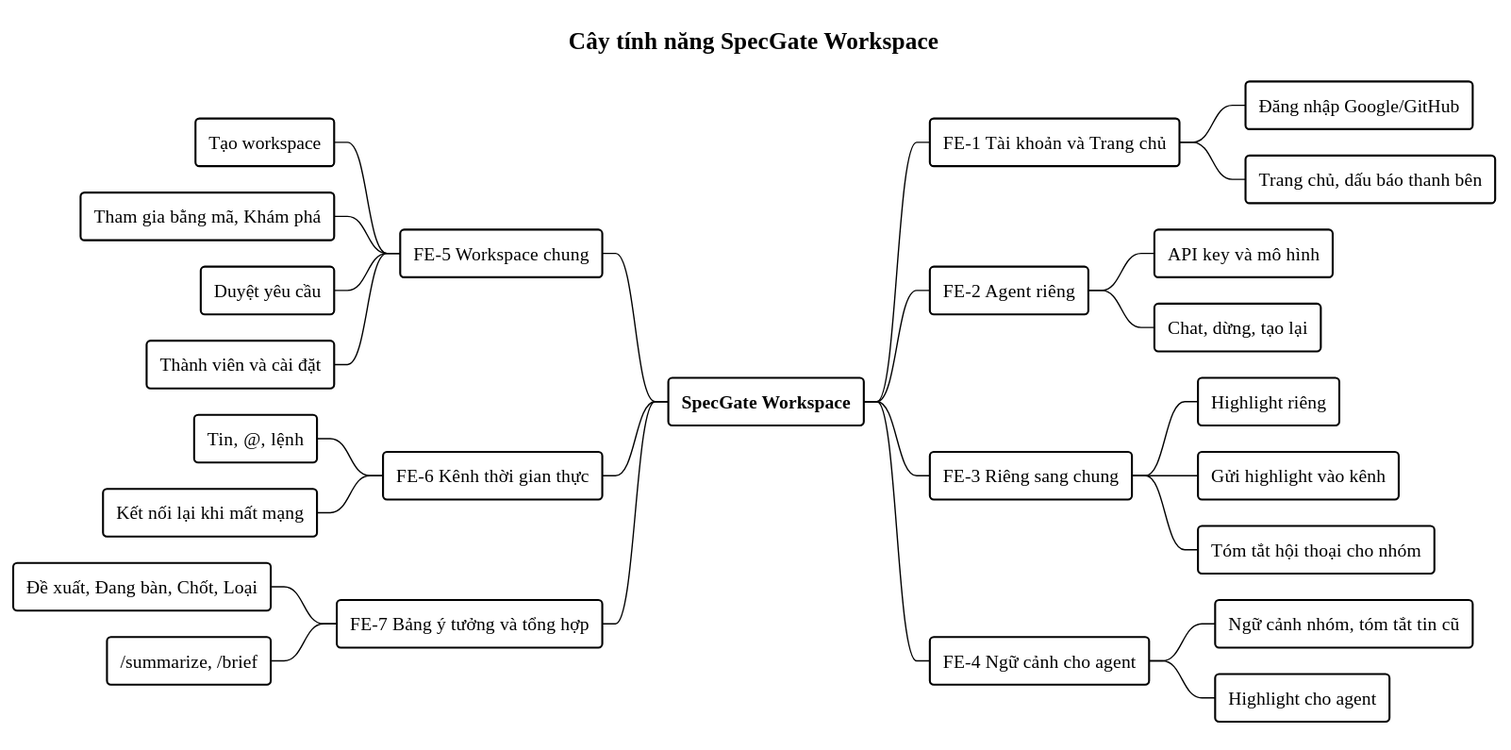
This is uml/img/vs-feature-tree.svg from Jin2509/Specgate_BlackBoard, a PlantUML export, as it was before one commit.
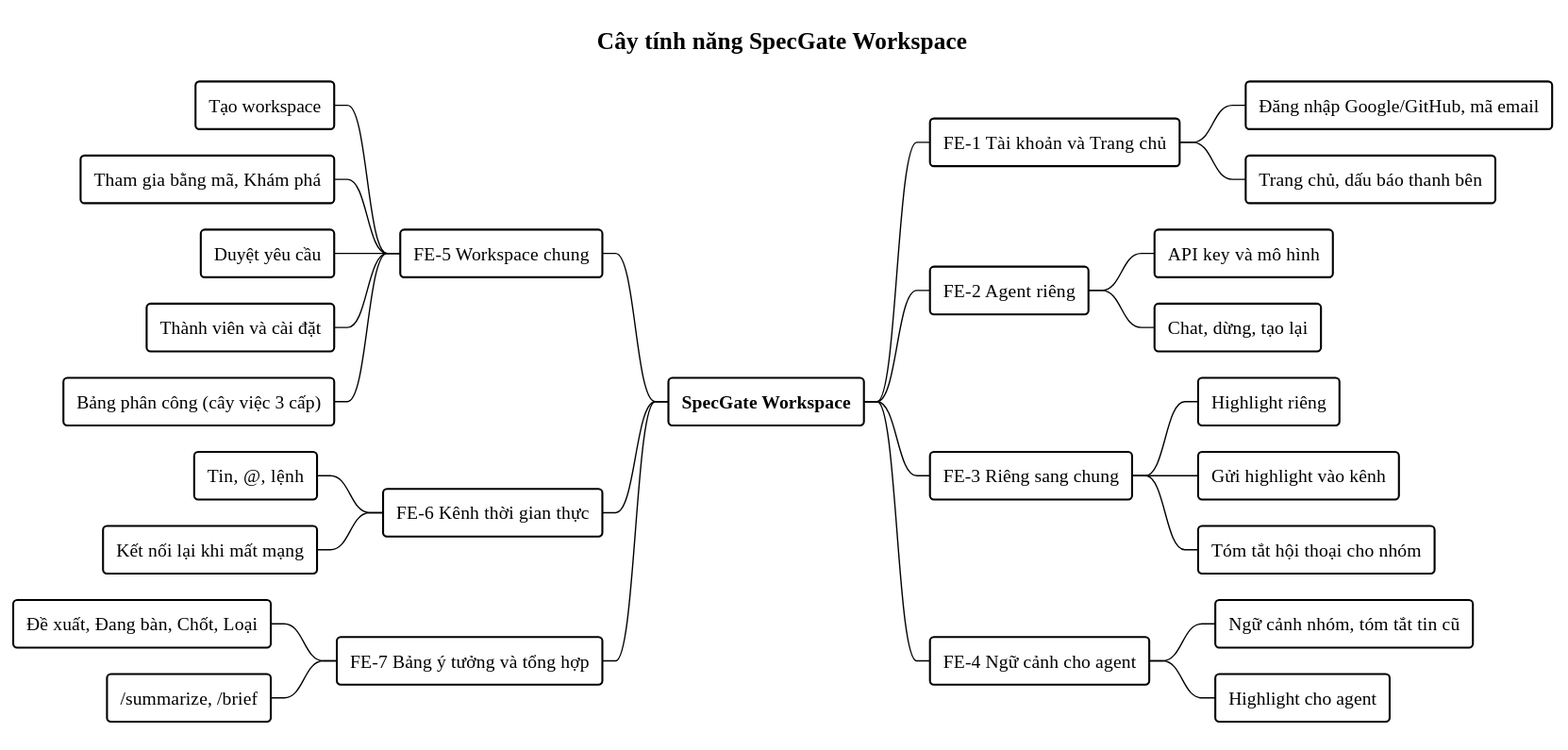
After the commit.

The edit, as a diff of the source:
```diff
@@ -16,7 +16,7 @@
 
 * SpecGate Workspace
 ** FE-1 Tài khoản và Trang chủ
-*** Đăng nhập Google/GitHub
+*** Đăng nhập Google/GitHub, mã email
 *** Trang chủ, dấu báo thanh bên
 ** FE-2 Agent riêng
 *** API key và mô hình
@@ -34,6 +34,7 @@
 *** Tham gia bằng mã, Khám phá
 *** Duyệt yêu cầu
 *** Thành viên và cài đặt
+*** Bảng phân công (cây việc 3 cấp)
 ** FE-6 Kênh thời gian thực
 *** Tin, @, lệnh
 *** Kết nối lại khi mất mạng
```
